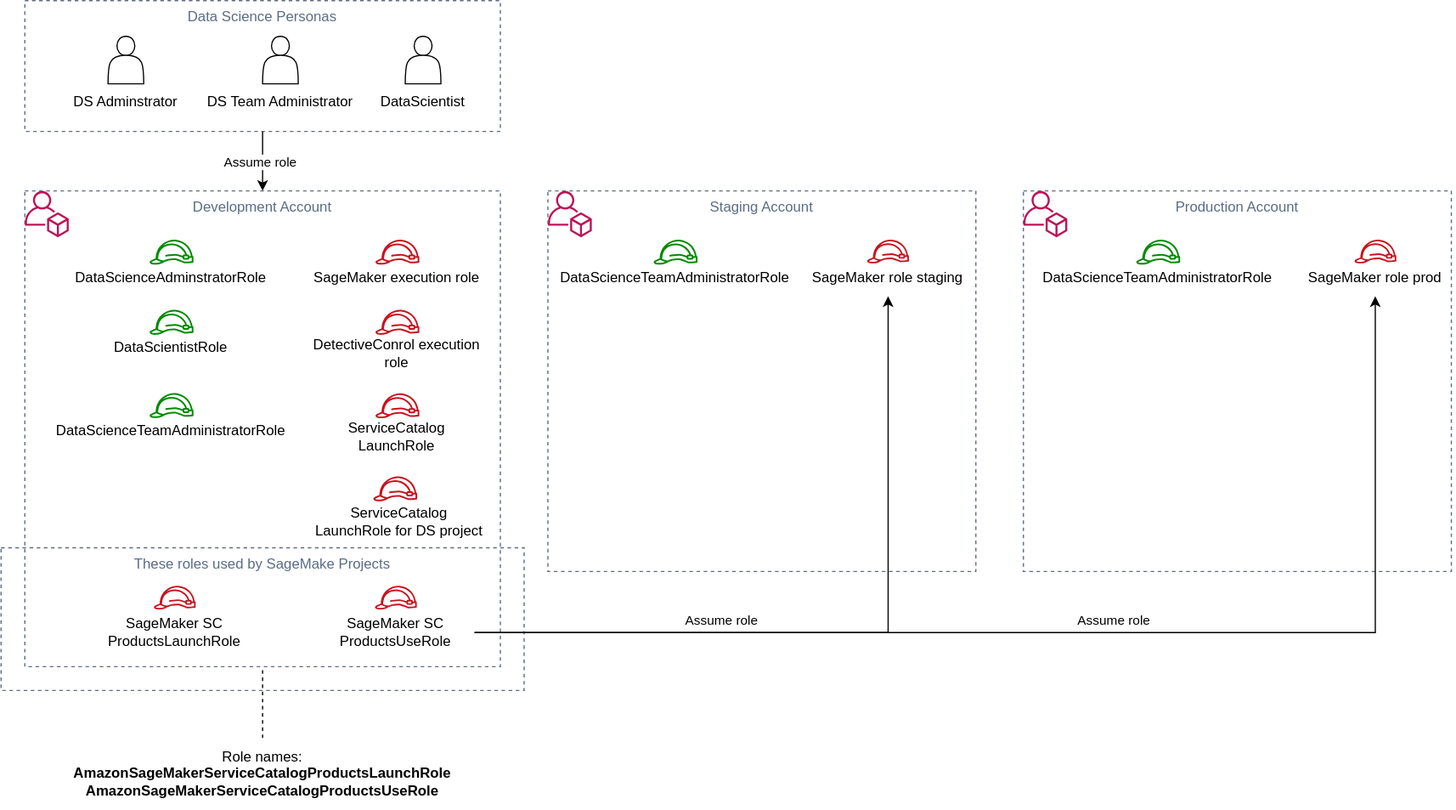
Above: design/ml-ops-iam.drawio.svg in aws-samples/amazon-sagemaker-secure-mlops (draw.io), before the change. Source tidied: cells renumbered, new cells last; positions are measured from the earlier drawing's top-left corner, leaving out a move shared by most shapes.
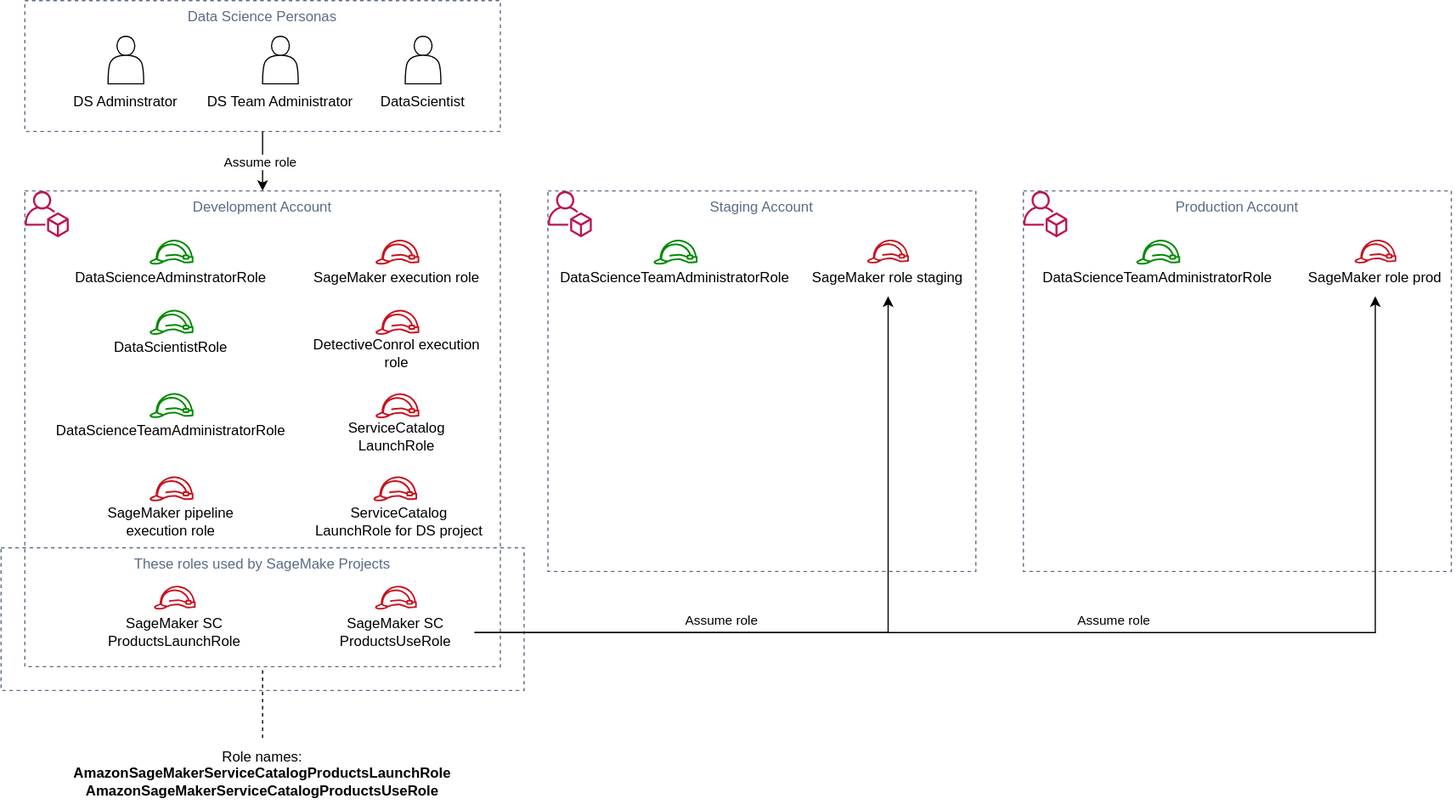
After the change.

Commit message:
model build pipeline release candidate

Change to the diagram source:
```diff
@@ -202,5 +202,14 @@
     <mxCell id="65" value="Role names:&lt;br&gt;&lt;b&gt;AmazonSageMakerServiceCatalogProductsLaunchRole&lt;br&gt;AmazonSageMakerServiceCatalogProductsUseRole&lt;/b&gt;" style="text;html=1;strokeColor=none;fillColor=none;align=center;verticalAlign=middle;whiteSpace=wrap;rounded=0;" parent="1" vertex="1">
       <mxGeometry x="80" y="620" width="280" height="60" as="geometry" />
     </mxCell>
+    <mxCell id="66" style="group;align=center;" parent="1" vertex="1">
+      <mxGeometry x="80" y="400" width="150" height="57.2" as="geometry" />
+    </mxCell>
+    <mxCell id="67" value="SageMaker pipeline execution role" style="text;html=1;strokeColor=none;fillColor=none;align=center;verticalAlign=middle;whiteSpace=wrap;rounded=0;" parent="66" vertex="1">
+      <mxGeometry x="-11.6" y="22" width="150" height="31.2" as="geometry" />
+    </mxCell>
+    <mxCell id="68" style="fontColor=#232F3E;gradientColor=none;fillColor=#C7131F;strokeColor=none;dashed=0;verticalLabelPosition=bottom;verticalAlign=top;align=center;html=1;fontSize=12;fontStyle=0;shape=mxgraph.aws4.role;" parent="66" vertex="1">
+      <mxGeometry x="44.8" width="37.2" height="21" as="geometry" />
+    </mxCell>
   </root>
 </mxGraphModel>
```
